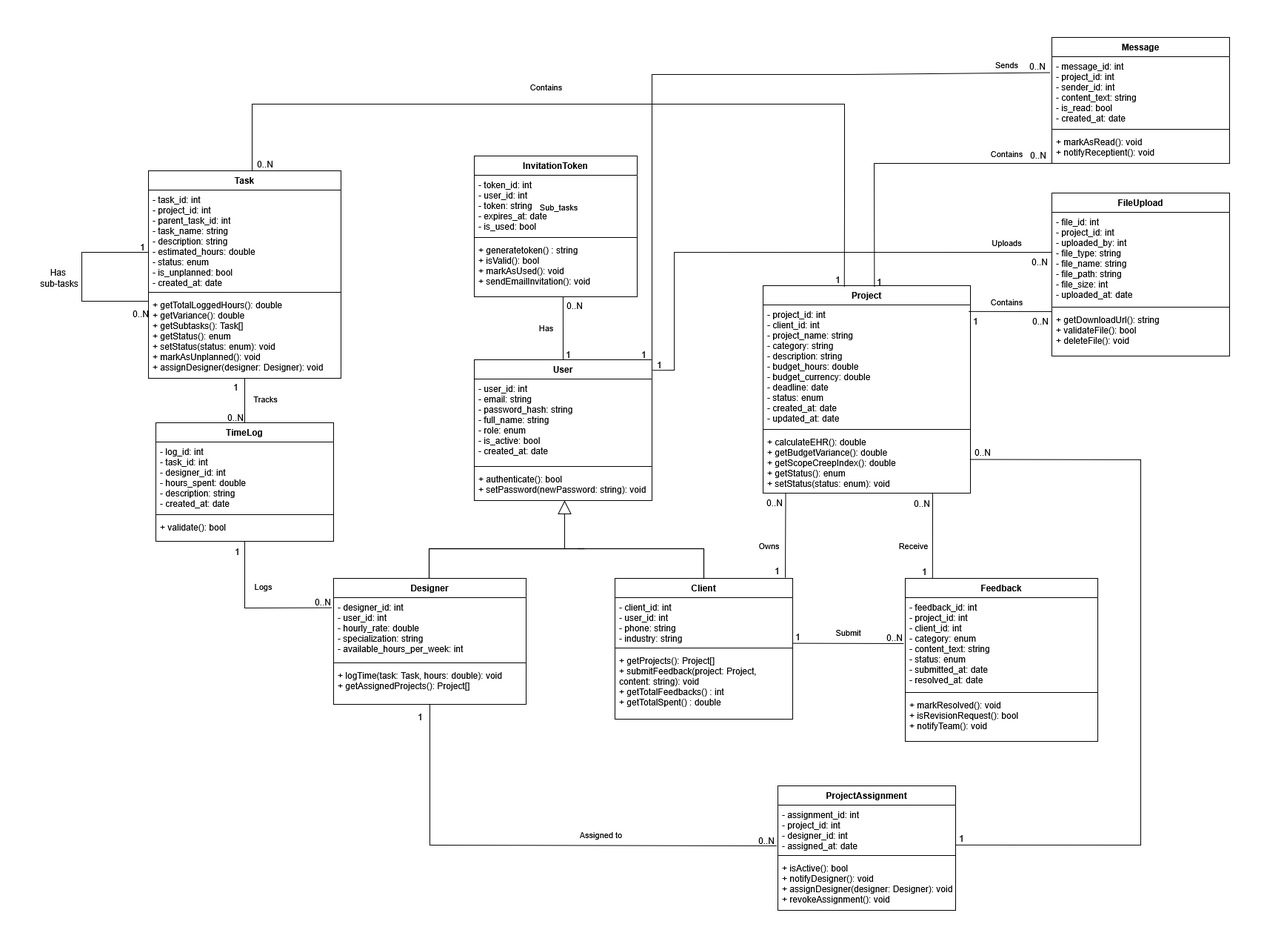
mahdi000666/design-analytics keeps this draw.io diagram as docs/diagrams/Class.drawio.png. Above is the earlier version. Source tidied: cells renumbered, new cells last; positions are measured from the earlier drawing's top-left corner, leaving out a move shared by most shapes.
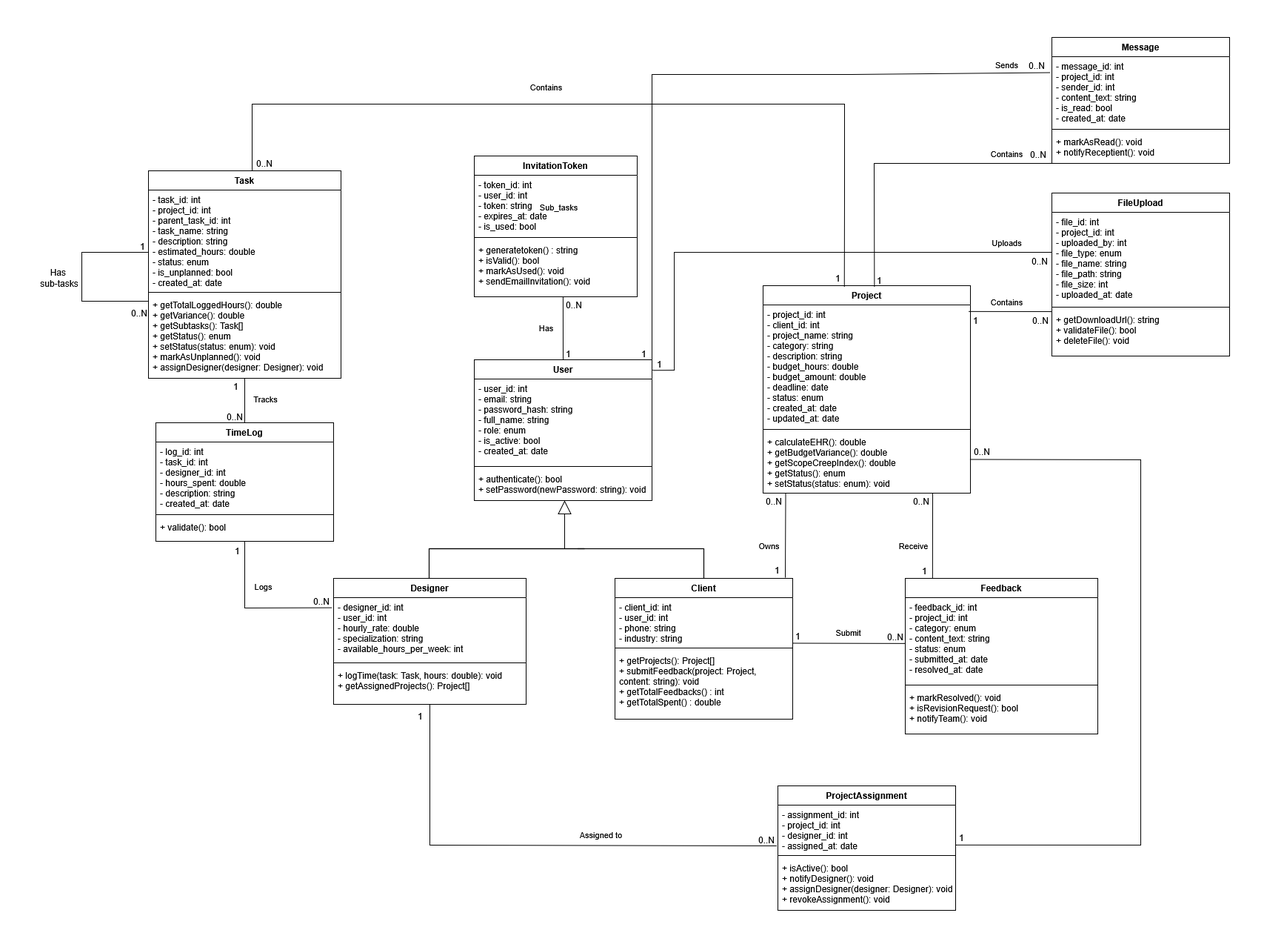
Above is the later version.

Diff of the diagram source:
```diff
@@ -53,7 +53,7 @@
     <mxCell id="18" value="Project" style="swimlane;fontStyle=1;align=center;verticalAlign=top;horizontal=1;startSize=26;swimlaneFillColor=default;" parent="1" vertex="1">
       <mxGeometry x="980" y="335" width="280" height="280" as="geometry" />
     </mxCell>
-    <mxCell id="19" value="- project_id: int&#10;- client_id: int&#10;- project_name: string&#10;- category: string&#10;- description: string&#10;- budget_hours: double&#10;- budget_currency: double&#10;- deadline: date&#10;- status: enum&#10;- created_at: date&#10;- updated_at: date&#10;" style="text;strokeColor=none;fillColor=none;align=left;verticalAlign=top;spacingLeft=4;spacingRight=4;overflow=hidden;points=[[0,0.5],[1,0.5]];portConstraint=eastwest;" parent="18" vertex="1">
+    <mxCell id="19" value="- project_id: int&#10;- client_id: int&#10;- project_name: string&#10;- category: string&#10;- description: string&#10;- budget_hours: double&#10;- budget_amount: double&#10;- deadline: date&#10;- status: enum&#10;- created_at: date&#10;- updated_at: date&#10;" style="text;strokeColor=none;fillColor=none;align=left;verticalAlign=top;spacingLeft=4;spacingRight=4;overflow=hidden;points=[[0,0.5],[1,0.5]];portConstraint=eastwest;" parent="18" vertex="1">
       <mxGeometry y="26" width="280" height="164" as="geometry" />
     </mxCell>
     <mxCell id="20" style="line;strokeWidth=1;fillColor=none;align=left;verticalAlign=middle;spacingTop=-1;spacingLeft=3;spacingRight=3;labelPosition=right;" parent="18" vertex="1">
@@ -87,16 +87,16 @@
       <mxGeometry y="128" width="240" height="32" as="geometry" />
     </mxCell>
     <mxCell id="30" value="Feedback" style="swimlane;fontStyle=1;align=center;verticalAlign=top;horizontal=1;startSize=26;swimlaneFillColor=default;" parent="1" vertex="1">
-      <mxGeometry x="1172" y="730" width="260" height="220" as="geometry" />
+      <mxGeometry x="1172" y="730" width="260" height="210" as="geometry" />
     </mxCell>
-    <mxCell id="31" value="- feedback_id: int&#10;- project_id: int&#10;- client_id: int&#10;- category: enum&#10;- content_text: string&#10;- status: enum&#10;- submitted_at: date&#10;- resolved_at: date" style="text;strokeColor=none;fillColor=none;align=left;verticalAlign=top;spacingLeft=4;spacingRight=4;overflow=hidden;points=[[0,0.5],[1,0.5]];portConstraint=eastwest;" parent="30" vertex="1">
-      <mxGeometry y="26" width="260" height="124" as="geometry" />
+    <mxCell id="31" value="- feedback_id: int&#10;- project_id: int&#10;- category: enum&#10;- content_text: string&#10;- status: enum&#10;- submitted_at: date&#10;- resolved_at: date" style="text;strokeColor=none;fillColor=none;align=left;verticalAlign=top;spacingLeft=4;spacingRight=4;overflow=hidden;points=[[0,0.5],[1,0.5]];portConstraint=eastwest;" parent="30" vertex="1">
+      <mxGeometry y="26" width="260" height="114" as="geometry" />
     </mxCell>
     <mxCell id="32" style="line;strokeWidth=1;fillColor=none;align=left;verticalAlign=middle;spacingTop=-1;spacingLeft=3;spacingRight=3;labelPosition=right;" parent="30" vertex="1">
-      <mxGeometry y="150" width="260" height="8" as="geometry" />
+      <mxGeometry y="140" width="260" height="8" as="geometry" />
     </mxCell>
     <mxCell id="33" value="+ markResolved(): void&#10;+ isRevisionRequest(): bool&#10;+ notifyTeam(): void" style="text;strokeColor=none;fillColor=none;align=left;verticalAlign=top;spacingLeft=4;spacingRight=4;overflow=hidden;" parent="30" vertex="1">
-      <mxGeometry y="158" width="260" height="62" as="geometry" />
+      <mxGeometry y="148" width="260" height="62" as="geometry" />
     </mxCell>
     <mxCell id="34" value="Message" style="swimlane;fontStyle=1;align=center;verticalAlign=top;horizontal=1;startSize=26;swimlaneFillColor=default;" parent="1" vertex="1">
       <mxGeometry x="1370" width="240" height="170" as="geometry" />
@@ -200,7 +200,7 @@
     <mxCell id="54" value="FileUpload" style="swimlane;fontStyle=1;align=center;verticalAlign=top;horizontal=1;startSize=26;swimlaneFillColor=default;" parent="1" vertex="1">
       <mxGeometry x="1370" y="210" width="240" height="220" as="geometry" />
     </mxCell>
-    <mxCell id="55" value="- file_id: int&#10;- project_id: int&#10;- uploaded_by: int&#10;- file_type: string&#10;- file_name: string&#10;- file_path: string&#10;- file_size: int&#10;- uploaded_at: date" style="text;strokeColor=none;fillColor=none;align=left;verticalAlign=top;spacingLeft=4;spacingRight=4;overflow=hidden;points=[[0,0.5],[1,0.5]];portConstraint=eastwest;" parent="54" vertex="1">
+    <mxCell id="55" value="- file_id: int&#10;- project_id: int&#10;- uploaded_by: int&#10;- file_type: enum&#10;- file_name: string&#10;- file_path: string&#10;- file_size: int&#10;- uploaded_at: date" style="text;strokeColor=none;fillColor=none;align=left;verticalAlign=top;spacingLeft=4;spacingRight=4;overflow=hidden;points=[[0,0.5],[1,0.5]];portConstraint=eastwest;" parent="54" vertex="1">
       <mxGeometry y="26" width="240" height="124" as="geometry" />
     </mxCell>
     <mxCell id="56" style="line;strokeWidth=1;fillColor=none;align=left;verticalAlign=middle;spacingTop=-1;spacingLeft=3;spacingRight=3;labelPosition=right;" parent="54" vertex="1">
```
